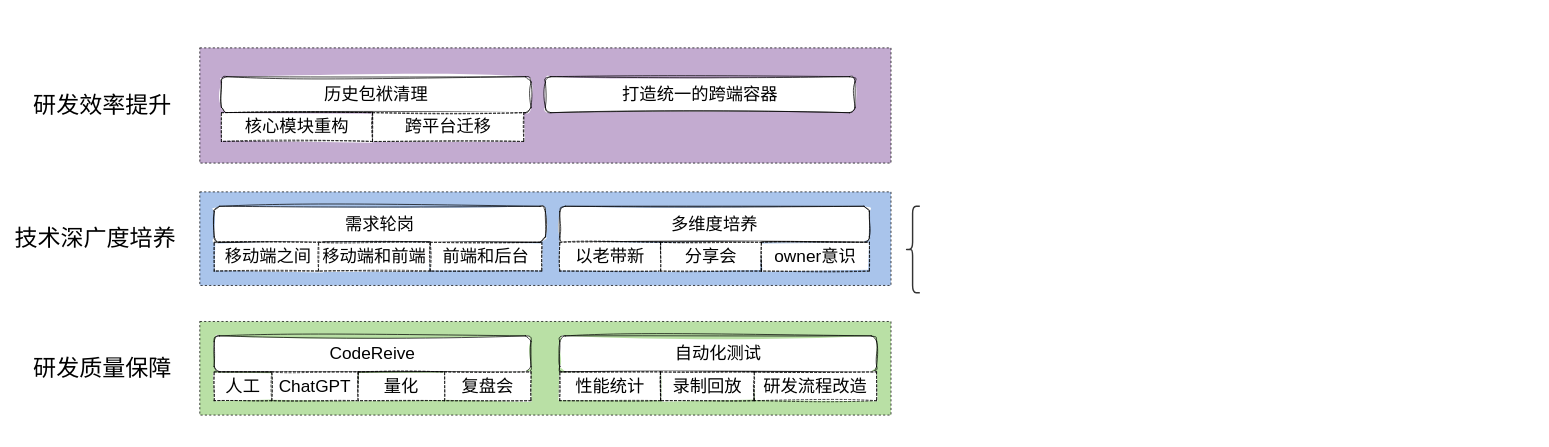
skindhu/AlphaAnimationView keeps this draw.io diagram as 未命名绘图.drawio. Above is the earlier version. Source tidied: cells renumbered, new cells numbered last; positions are measured from the earlier drawing's top-left corner, leaving out a move shared by most shapes. Both pictures are drawn from the tidied source at 72%, with x=0, y=0 at pixel (12, 48).
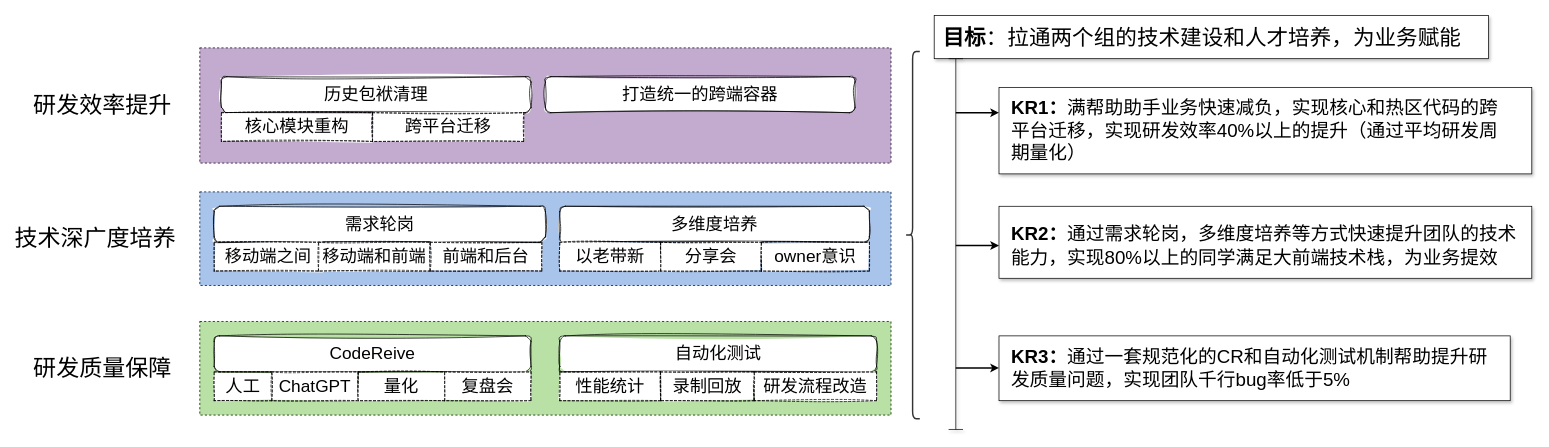
The same page after the edit.

The edit, as a diff of the source:
```diff
@@
     <mxCell id="29" style="shape=curlyBracket;whiteSpace=wrap;html=1;rounded=1;labelPosition=left;verticalLabelPosition=middle;align=right;verticalAlign=middle;fontSize=32;fillColor=#C3ABD0;strokeWidth=2;strokeColor=#333333;" parent="1" vertex="1">
-      <mxGeometry x="1240" y="220" width="20" height="120" as="geometry" />
+      <mxGeometry x="1240" y="5" width="20" height="510" as="geometry" />
     </mxCell>
+    <mxCell id="30" style="rounded=0;whiteSpace=wrap;html=1;fontSize=28;glass=0;shadow=1;" parent="1" vertex="1">
+      <mxGeometry x="1280" y="-45" width="770" height="60" as="geometry" />
+    </mxCell>
+    <mxCell id="31" value="&lt;font style=&quot;font-size: 30px;&quot;&gt;&lt;b&gt;目标&lt;/b&gt;：拉通两个组的技术建设和人才培养，为业务赋能&lt;/font&gt;" style="text;html=1;strokeColor=none;fillColor=none;align=left;verticalAlign=middle;whiteSpace=wrap;rounded=0;shadow=1;glass=0;sketch=0;fontSize=24;" parent="1" vertex="1">
+      <mxGeometry x="1290" y="-30" width="730" height="30" as="geometry" />
+    </mxCell>
+    <mxCell id="32" style="rounded=0;whiteSpace=wrap;html=1;fontSize=28;glass=0;shadow=1;" parent="1" vertex="1">
+      <mxGeometry x="1370" y="55" width="740" height="120" as="geometry" />
+    </mxCell>
+    <mxCell id="33" value="&lt;font style=&quot;font-size: 26px;&quot;&gt;&lt;b&gt;KR1：&lt;/b&gt;满帮助助手业务快速减负，实现核心和热区代码的跨平台迁移，实现研发效率40%以上的提升（通过平均研发周期量化）&lt;/font&gt;" style="text;html=1;strokeColor=none;fillColor=none;align=left;verticalAlign=middle;whiteSpace=wrap;rounded=0;shadow=1;glass=0;sketch=0;fontSize=24;" parent="1" vertex="1">
+      <mxGeometry x="1385" y="75" width="680" height="80" as="geometry" />
+    </mxCell>
+    <mxCell id="34" style="rounded=0;whiteSpace=wrap;html=1;fontSize=28;glass=0;shadow=1;" parent="1" vertex="1">
+      <mxGeometry x="1370" y="220" width="740" height="100" as="geometry" />
+    </mxCell>
+    <mxCell id="35" value="&lt;font style=&quot;font-size: 26px;&quot;&gt;&lt;b&gt;KR2：&lt;/b&gt;通过需求轮岗，多维度培养等方式快速提升团队的技术能力，实现80%以上的同学满足大前端技术栈，为业务提效&lt;/font&gt;" style="text;html=1;strokeColor=none;fillColor=none;align=left;verticalAlign=middle;whiteSpace=wrap;rounded=0;shadow=1;glass=0;sketch=0;fontSize=24;" parent="1" vertex="1">
+      <mxGeometry x="1385" y="240" width="705" height="70" as="geometry" />
+    </mxCell>
+    <mxCell id="36" style="rounded=0;whiteSpace=wrap;html=1;fontSize=28;glass=0;shadow=1;" parent="1" vertex="1">
+      <mxGeometry x="1370" y="400" width="710" height="90" as="geometry" />
+    </mxCell>
+    <mxCell id="37" value="&lt;font style=&quot;font-size: 26px;&quot;&gt;&lt;b&gt;KR3：&lt;/b&gt;通过一套规范化的CR和自动化测试机制帮助提升研发质量问题，实现团队千行bug率低于5%&lt;/font&gt;" style="text;html=1;strokeColor=none;fillColor=none;align=left;verticalAlign=middle;whiteSpace=wrap;rounded=0;shadow=1;glass=0;sketch=0;fontSize=24;" parent="1" vertex="1">
+      <mxGeometry x="1385" y="420" width="680" height="50" as="geometry" />
+    </mxCell>
+    <mxCell id="38" style="shape=crossbar;whiteSpace=wrap;html=1;rounded=1;direction=south;shadow=1;glass=0;sketch=0;fontSize=26;fillColor=#F19C99;gradientColor=none;" parent="1" vertex="1">
+      <mxGeometry x="1300" y="15" width="20" height="515" as="geometry" />
+    </mxCell>
+    <mxCell id="39" style="endArrow=classic;html=1;rounded=1;fontSize=26;fillColor=#666666;strokeWidth=2;" parent="1" edge="1">
+      <mxGeometry relative="1" as="geometry">
+        <mxPoint x="1310" y="90" as="sourcePoint" />
+        <mxPoint x="1370" y="90" as="targetPoint" />
+      </mxGeometry>
+    </mxCell>
+    <mxCell id="40" style="endArrow=classic;html=1;rounded=1;fontSize=26;fillColor=#666666;strokeWidth=2;" parent="1" edge="1">
+      <mxGeometry relative="1" as="geometry">
+        <mxPoint x="1310" y="274.5" as="sourcePoint" />
+        <mxPoint x="1370" y="274.5" as="targetPoint" />
+      </mxGeometry>
+    </mxCell>
+    <mxCell id="41" style="endArrow=classic;html=1;rounded=1;fontSize=26;fillColor=#666666;strokeWidth=2;" parent="1" edge="1">
+      <mxGeometry relative="1" as="geometry">
+        <mxPoint x="1310" y="444.5" as="sourcePoint" />
+        <mxPoint x="1370" y="444.5" as="targetPoint" />
+      </mxGeometry>
+    </mxCell>
```
